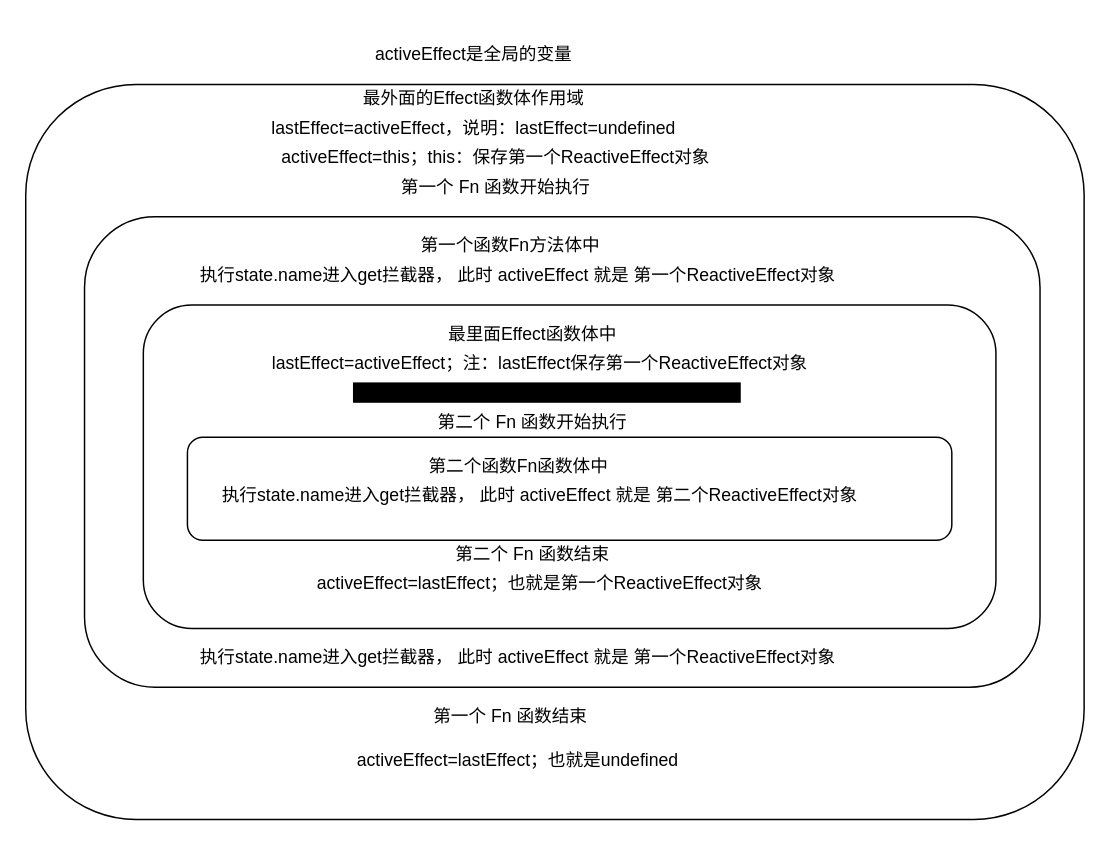
Before: 未命名绘图.drawio in haopeng-liuyang/huitu, a draw.io diagram. Source tidied: cells renumbered, new cells numbered last; positions are measured from the earlier drawing's top-left corner, leaving out a move shared by most shapes. Both pictures are drawn from the tidied source at 147%, with x=0, y=0 at pixel (25, 40).
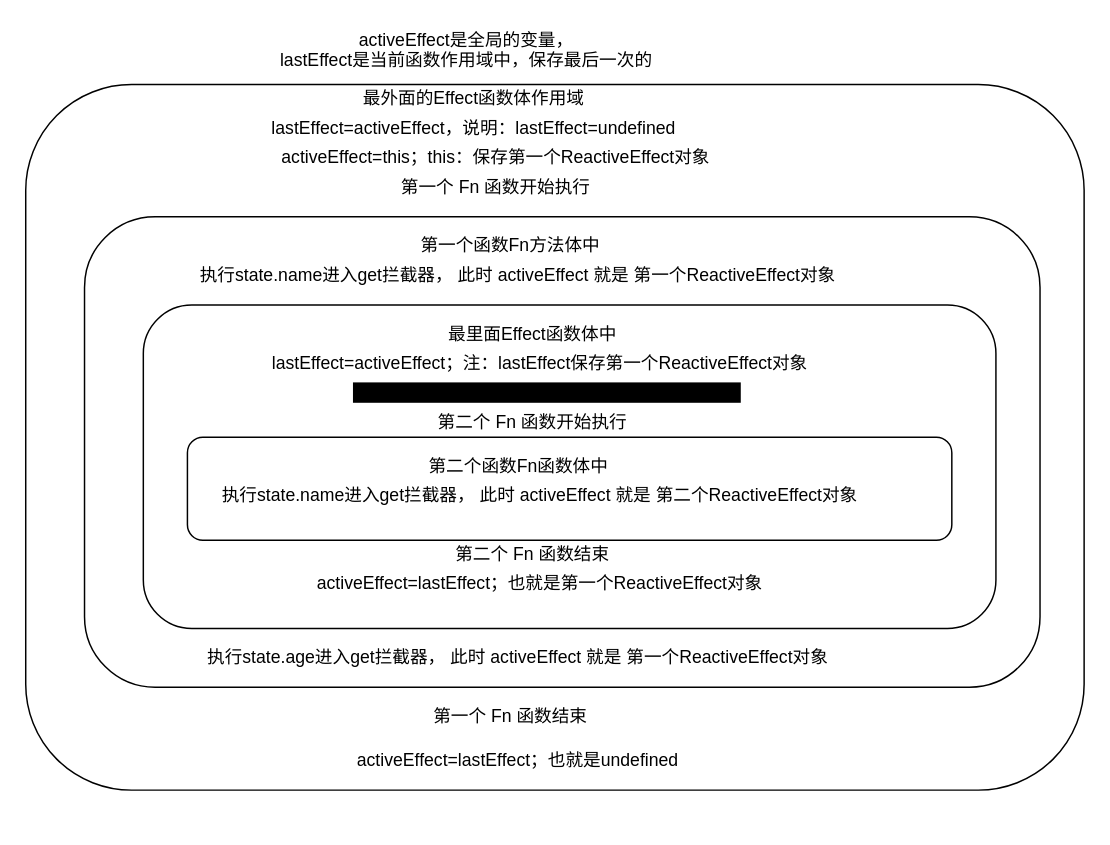
After the change.

What changed in the source:
```diff
@@
     <mxCell id="2" style="rounded=1;whiteSpace=wrap;html=1;" parent="1" vertex="1">
-      <mxGeometry y="30" width="720" height="500" as="geometry" />
+      <mxGeometry y="30" width="720" height="480" as="geometry" />
     </mxCell>
@@
-    <mxCell id="10" value="activeEffect是全局的变量" style="text;html=1;strokeColor=none;fillColor=none;align=center;verticalAlign=middle;whiteSpace=wrap;overflow=hidden;" parent="1" vertex="1">
-      <mxGeometry x="230" width="150" height="20" as="geometry" />
+    <mxCell id="10" value="activeEffect是全局的变量，&lt;div&gt;lastEffect是当前函数作用域中，保存最后一次的&lt;/div&gt;" style="text;html=1;strokeColor=none;fillColor=none;align=center;verticalAlign=middle;whiteSpace=wrap;overflow=hidden;" parent="1" vertex="1">
+      <mxGeometry x="60" y="-10" width="480" height="30" as="geometry" />
     </mxCell>
@@
-    <mxCell id="23" value="执行state.name进入get拦截器， 此时 activeEffect 就是 第一个ReactiveEffect对象" style="text;html=1;strokeColor=none;fillColor=none;align=center;verticalAlign=middle;whiteSpace=wrap;overflow=hidden;" parent="1" vertex="1">
+    <mxCell id="23" value="执行state.age进入get拦截器， 此时 activeEffect 就是 第一个ReactiveEffect对象" style="text;html=1;strokeColor=none;fillColor=none;align=center;verticalAlign=middle;whiteSpace=wrap;overflow=hidden;" parent="1" vertex="1">
       <mxGeometry x="85" y="410" width="500" height="20" as="geometry" />
     </mxCell>
```
